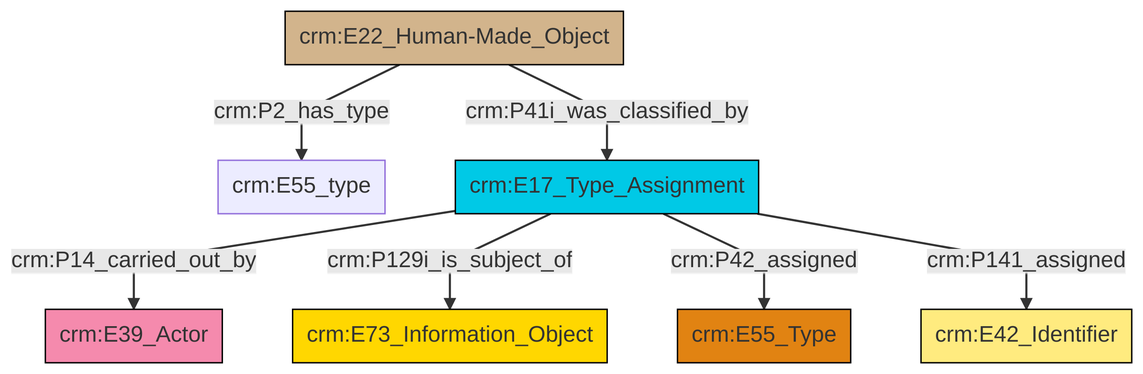
The Mermaid diagram et/builtWorkCSV/ttl/mmd/png/Built_Work_designation_status.png in swiss-art-research-net/reference-data-models, before a commit. Its source is kept beside it as et/builtWorkCSV/ttl/mmd/Built_Work_designation_status.ttl.mmd.
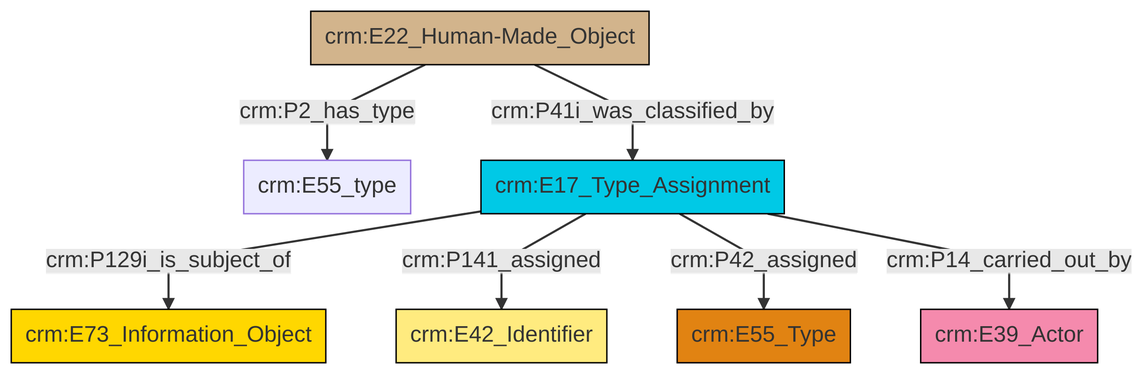
The same diagram one commit later.

Diff of the diagram source:
```diff
@@ -13,9 +13,9 @@
 classDef PC_Classes fill:#4ce600, stroke:#000000;
 classDef Multi fill:#cccccc,stroke:#000000;
 
-8["crm:E22_Human-Made_Object"]:::Physical_Thing -->|crm:P2_has_type| 9["crm:E55_type"]:::Default
-11["crm:E17_Type_Assignment"]:::Temporal_Entity -->|crm:P14_carried_out_by| 2["crm:E39_Actor"]:::Actor
-11["crm:E17_Type_Assignment"]:::Temporal_Entity -->|crm:P129i_is_subject_of| 4["crm:E73_Information_Object"]:::Conceptual_Object
-11["crm:E17_Type_Assignment"]:::Temporal_Entity -->|crm:P42_assigned| 6["crm:E55_Type"]:::Type
-8["crm:E22_Human-Made_Object"]:::Physical_Thing -->|crm:P41i_was_classified_by| 11["crm:E17_Type_Assignment"]:::Temporal_Entity
-11["crm:E17_Type_Assignment"]:::Temporal_Entity -->|crm:P141_assigned| 0["crm:E42_Identifier"]:::Appellation
+6["crm:E17_Type_Assignment"]:::Temporal_Entity -->|crm:P129i_is_subject_of| 7["crm:E73_Information_Object"]:::Conceptual_Object
+2["crm:E22_Human-Made_Object"]:::Physical_Thing -->|crm:P41i_was_classified_by| 6["crm:E17_Type_Assignment"]:::Temporal_Entity
+6["crm:E17_Type_Assignment"]:::Temporal_Entity -->|crm:P141_assigned| 10["crm:E42_Identifier"]:::Appellation
+6["crm:E17_Type_Assignment"]:::Temporal_Entity -->|crm:P42_assigned| 8["crm:E55_Type"]:::Type
+6["crm:E17_Type_Assignment"]:::Temporal_Entity -->|crm:P14_carried_out_by| 4["crm:E39_Actor"]:::Actor
+2["crm:E22_Human-Made_Object"]:::Physical_Thing -->|crm:P2_has_type| 0["crm:E55_type"]:::Default
```
